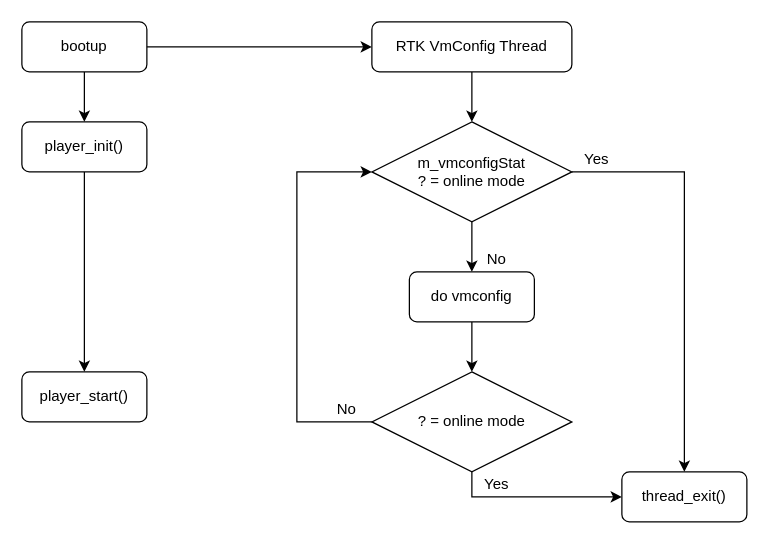
Earlier version of the draw.io diagram drm_flow.drawio (qmlsxxxx/draw.io). Source tidied: cells renumbered, new cells numbered last; positions are measured from the earlier drawing's top-left corner, leaving out a move shared by most shapes. Both pictures are drawn from the tidied source at 125%, with x=0, y=0 at pixel (21, 21).
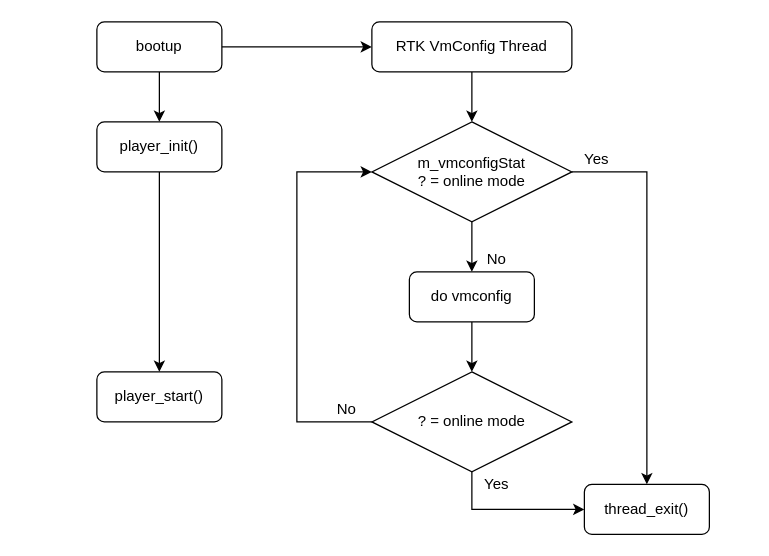
The same diagram, later.

Unchanged cells that the change refers to:
```xml
<mxCell id="9" value="RTK VmConfig Thread" style="rounded=1;whiteSpace=wrap;html=1;" parent="1" vertex="1">
  <mxGeometry x="280" width="160" height="40" as="geometry" />
</mxCell>
<mxCell id="13" value="Yes" style="text;html=1;strokeColor=none;fillColor=none;align=center;verticalAlign=middle;whiteSpace=wrap;rounded=0;" parent="1" vertex="1">
  <mxGeometry x="440" y="100" width="40" height="20" as="geometry" />
</mxCell>
<mxCell id="18" value="? = online mode" style="rhombus;whiteSpace=wrap;html=1;" parent="1" vertex="1">
  <mxGeometry x="280" y="280" width="160" height="80" as="geometry" />
</mxCell>
```

The edit, as a diff of the source:
```diff
@@
     <mxCell id="2" value="bootup" style="rounded=1;whiteSpace=wrap;html=1;" parent="1" vertex="1">
-      <mxGeometry width="100" height="40" as="geometry" />
+      <mxGeometry x="60" width="100" height="40" as="geometry" />
     </mxCell>
@@
     <mxCell id="5" value="player_init()" style="rounded=1;whiteSpace=wrap;html=1;" parent="1" vertex="1">
-      <mxGeometry y="80" width="100" height="40" as="geometry" />
+      <mxGeometry x="60" y="80" width="100" height="40" as="geometry" />
     </mxCell>
     <mxCell id="6" value="player_start()" style="rounded=1;whiteSpace=wrap;html=1;" parent="1" vertex="1">
-      <mxGeometry y="280" width="100" height="40" as="geometry" />
+      <mxGeometry x="60" y="280" width="100" height="40" as="geometry" />
     </mxCell>
-    <mxCell id="7" style="endArrow=classic;html=1;exitX=1;exitY=0.5;exitDx=0;exitDy=0;" parent="1" edge="1" source="2">
-      <mxGeometry relative="1" as="geometry">
-        <mxPoint x="280" y="20" as="targetPoint" />
-      </mxGeometry>
+    <mxCell id="7" style="endArrow=classic;html=1;exitX=1;exitY=0.5;exitDx=0;exitDy=0;entryX=0;entryY=0.5;entryDx=0;entryDy=0;" parent="1" edge="1" source="2" target="9">
+      <mxGeometry relative="1" as="geometry" />
     </mxCell>
@@
     <mxCell id="12" style="edgeStyle=orthogonalEdgeStyle;rounded=0;jettySize=auto;html=1;exitX=0;exitY=1;exitDx=0;exitDy=0;entryX=0.5;entryY=0;entryDx=0;entryDy=0;" parent="1" edge="1" source="13" target="19">
       <mxGeometry relative="1" as="geometry">
         <Array as="points">
-          <mxPoint x="530" y="120" />
+          <mxPoint x="500" y="120" />
         </Array>
       </mxGeometry>
     </mxCell>
@@
     <mxCell id="16" style="edgeStyle=orthogonalEdgeStyle;rounded=0;jettySize=auto;html=1;entryX=0;entryY=0.5;entryDx=0;entryDy=0;" parent="1" edge="1" source="18" target="19">
       <mxGeometry relative="1" as="geometry">
         <Array as="points">
-          <mxPoint x="360" y="380" />
+          <mxPoint x="360" y="390" />
         </Array>
       </mxGeometry>
     </mxCell>
@@
     <mxCell id="19" value="thread_exit()" style="rounded=1;whiteSpace=wrap;html=1;" parent="1" vertex="1">
-      <mxGeometry x="480" y="360" width="100" height="40" as="geometry" />
+      <mxGeometry x="450" y="370" width="100" height="40" as="geometry" />
     </mxCell>
```
